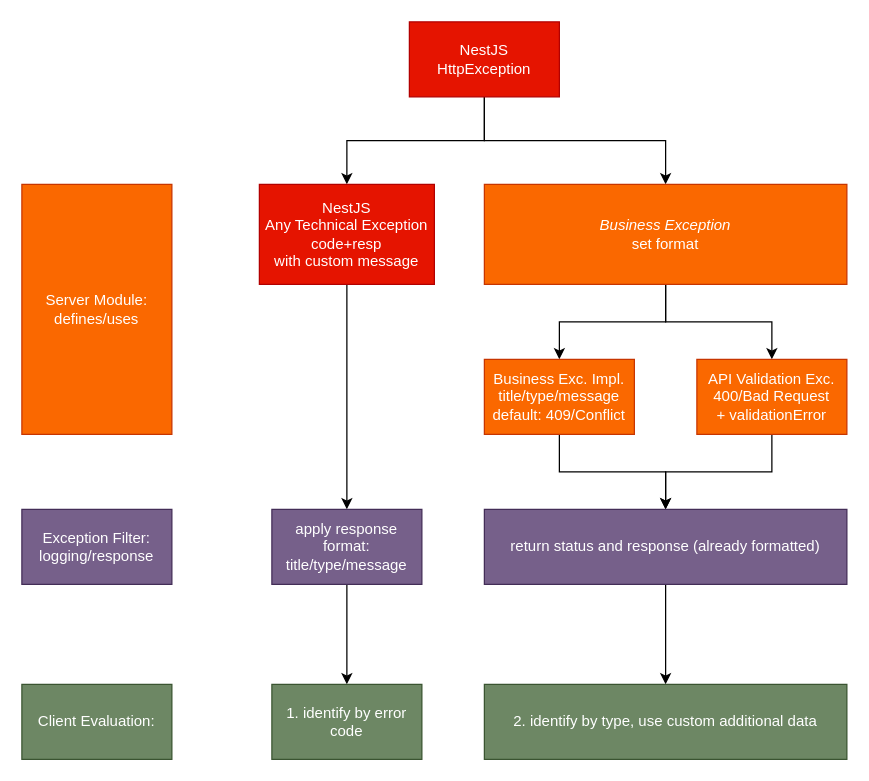
hpi-schul-cloud/schulcloud-server keeps this draw.io diagram as apps/assets/exception-hierarchy.drawio. Above is the earlier version. Source tidied: cells renumbered, new cells numbered last; positions are measured from the earlier drawing's top-left corner, leaving out a move shared by most shapes. Both pictures are drawn from the tidied source at 125%, with x=0, y=0 at pixel (21, 21).
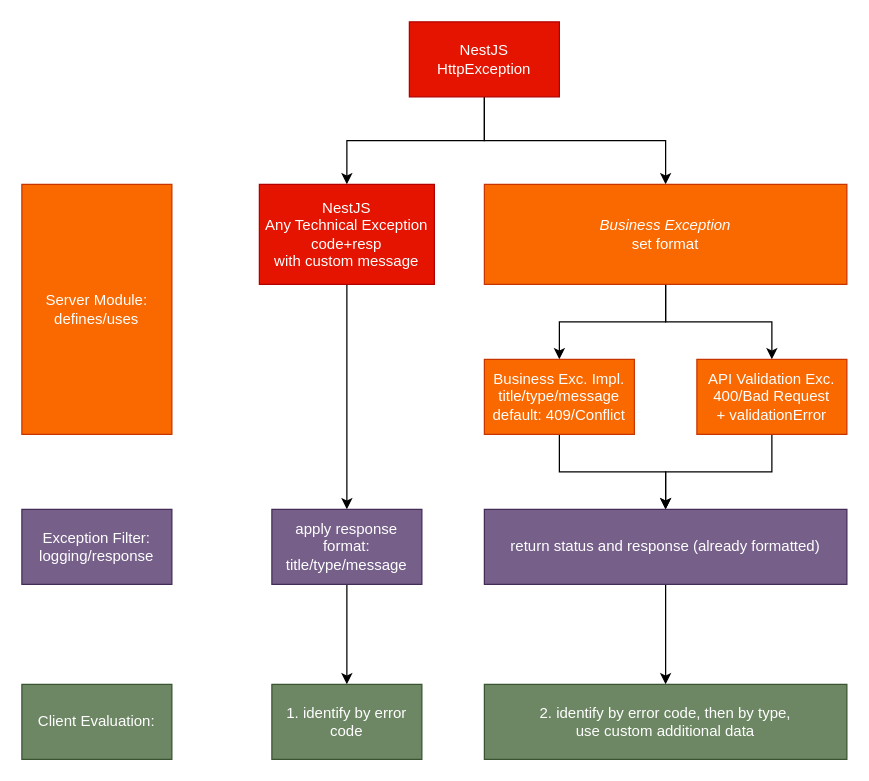
The same diagram, later.

Commit message (it also covers changes not shown here):
implement api validation error

The edit, as a diff of the source:
```diff
@@
-    <mxCell id="19" value="2. identify by type, use custom additional data" style="whiteSpace=wrap;html=1;rounded=0;fontColor=#ffffff;strokeColor=#3A5431;fillColor=#6d8764;" parent="1" vertex="1">
+    <mxCell id="19" value="2. identify by error code, then by type, &lt;br&gt;use custom additional data" style="whiteSpace=wrap;html=1;rounded=0;fontColor=#ffffff;strokeColor=#3A5431;fillColor=#6d8764;" parent="1" vertex="1">
       <mxGeometry x="370" y="530" width="290" height="60" as="geometry" />
     </mxCell>
```
